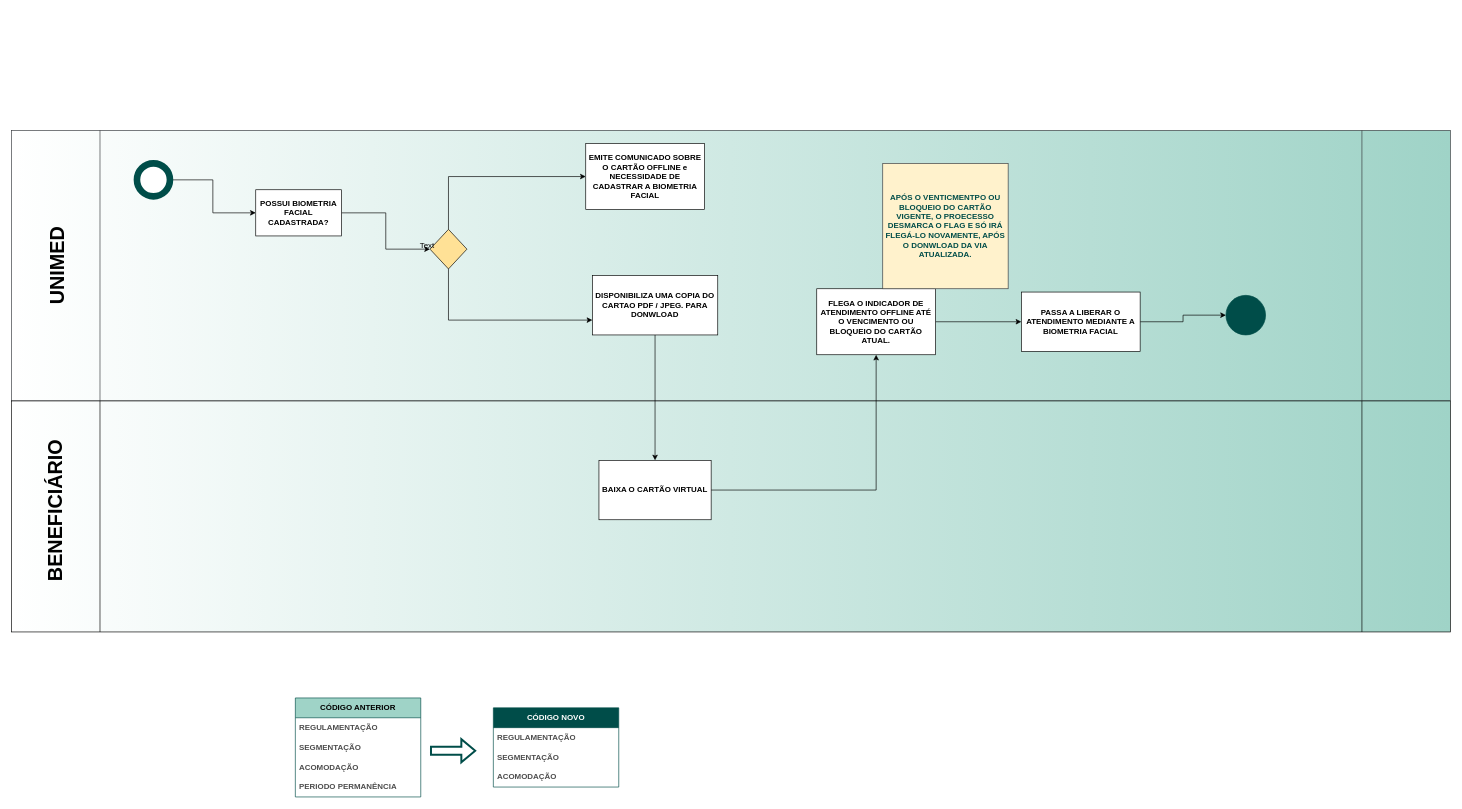
Before: CAR.drawio in Daniels-Silva/Daniels-Silva, a draw.io diagram. Source tidied: cells renumbered, new cells numbered last; positions are measured from the earlier drawing's top-left corner, leaving out a move shared by most shapes. Both pictures are drawn from the tidied source at 66%, with x=0, y=0 at pixel (-43, 130).
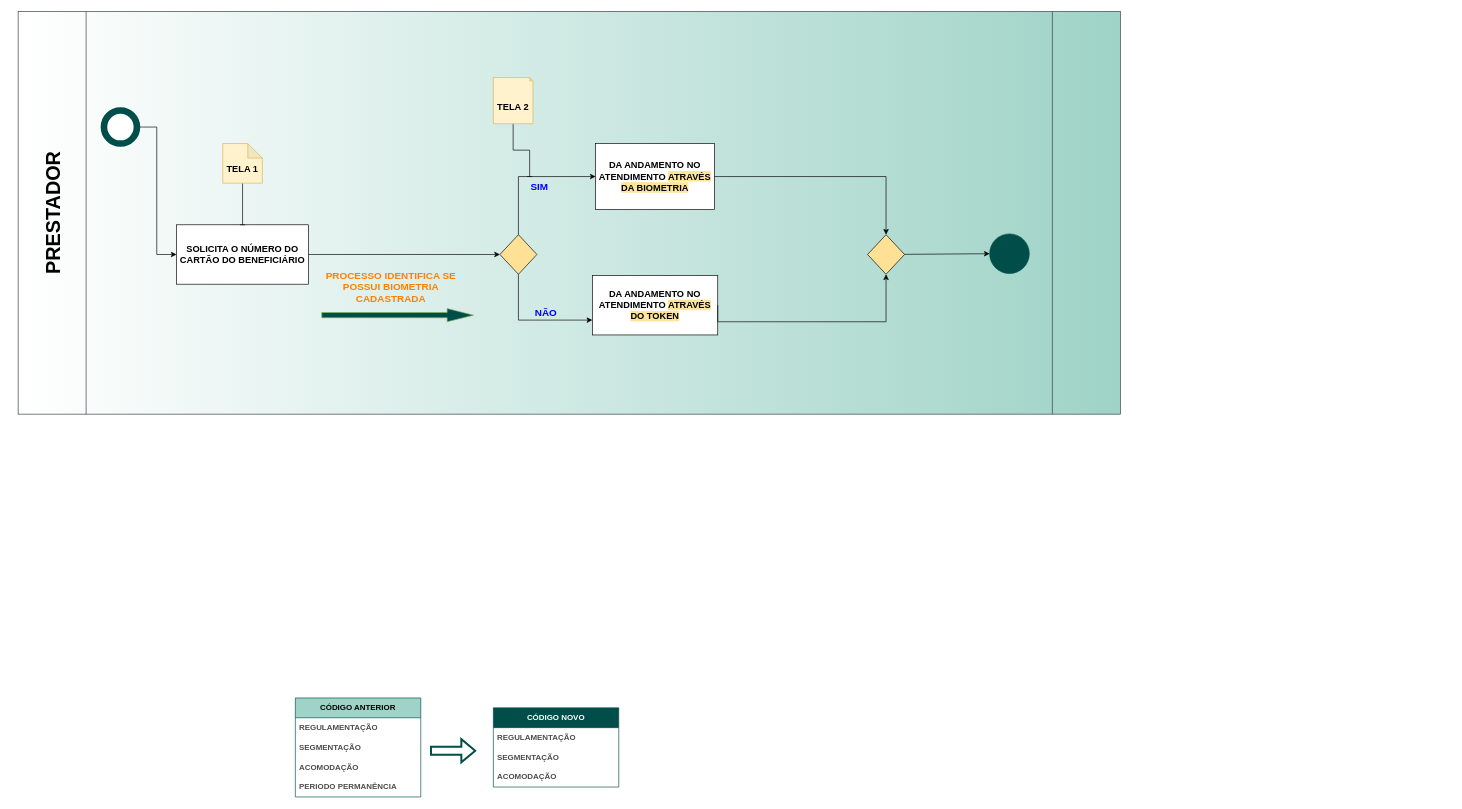
Above is the later version.

What changed in the source:
```diff
@@
     <mxCell id="12" style="shape=process;whiteSpace=wrap;html=1;backgroundOutline=1;size=0.06140350877192982;fillColor=#9FD3C7;strokeColor=#36393d;gradientColor=#FFFFFF;gradientDirection=west;" parent="1" vertex="1">
-      <mxGeometry x="82" width="2180" height="410" as="geometry" />
+      <mxGeometry x="92" y="-180" width="1670" height="610" as="geometry" />
     </mxCell>
-    <mxCell id="13" style="shape=process;whiteSpace=wrap;html=1;backgroundOutline=1;size=0.06140350877192982;fillColor=#9FD3C7;gradientColor=#FFFFFF;gradientDirection=west;" parent="1" vertex="1">
-      <mxGeometry x="82" y="410" width="2180" height="350" as="geometry" />
-    </mxCell>
-    <mxCell id="14" style="edgeStyle=orthogonalEdgeStyle;rounded=0;jettySize=auto;html=1;" parent="1" edge="1" source="15" target="17">
+    <mxCell id="14" style="edgeStyle=orthogonalEdgeStyle;rounded=0;jettySize=auto;html=1;entryX=0;entryY=0.5;entryDx=0;entryDy=0;" parent="1" edge="1" source="15" target="17">
       <mxGeometry relative="1" as="geometry" />
     </mxCell>
     <mxCell id="15" style="ellipse;whiteSpace=wrap;html=1;strokeColor=#004D49;strokeWidth=10;" parent="1" vertex="1">
-      <mxGeometry x="272" y="50" width="50" height="50" as="geometry" />
+      <mxGeometry x="222" y="-30" width="50" height="50" as="geometry" />
     </mxCell>
@@
-    <mxCell id="17" value="POSSUI BIOMETRIA FACIAL CADASTRADA?" style="whiteSpace=wrap;html=1;fontStyle=1;" parent="1" vertex="1">
-      <mxGeometry x="452" y="90" width="130" height="70" as="geometry" />
+    <mxCell id="17" value="&lt;font style=&quot;font-size: 14px;&quot;&gt;SOLICITA O NÚMERO DO CARTÃO DO BENEFICIÁRIO&lt;/font&gt;" style="whiteSpace=wrap;html=1;fontStyle=1;" parent="1" vertex="1">
+      <mxGeometry x="332" y="143.1" width="200" height="90" as="geometry" />
     </mxCell>
@@
     <mxCell id="20" style="rhombus;whiteSpace=wrap;html=1;fillColor=#FFE196;" parent="1" vertex="1">
-      <mxGeometry x="716" y="150" width="56" height="60" as="geometry" />
+      <mxGeometry x="822" y="158.1" width="56" height="60" as="geometry" />
     </mxCell>
-    <mxCell id="21" style="edgeStyle=orthogonalEdgeStyle;rounded=0;jettySize=auto;html=1;entryX=0.5;entryY=0;entryDx=0;entryDy=0;" parent="1" edge="1" source="22" target="25">
-      <mxGeometry relative="1" as="geometry" />
-    </mxCell>
-    <mxCell id="22" value="DISPONIBILIZA UMA COPIA DO CARTAO PDF / JPEG. PARA DONWLOAD" style="whiteSpace=wrap;html=1;fontStyle=1;" parent="1" vertex="1">
+    <mxCell id="22" value="&lt;font style=&quot;font-size: 14px;&quot;&gt;DA ANDAMENTO NO ATENDIMENTO &lt;span style=&quot;background-color: rgb(255, 229, 153);&quot;&gt;ATRAVÉS DO TOKEN&lt;/span&gt;&lt;/font&gt;" style="whiteSpace=wrap;html=1;fontStyle=1;" parent="1" vertex="1">
       <mxGeometry x="962" y="220" width="190" height="90" as="geometry" />
     </mxCell>
-    <mxCell id="23" value="EMITE COMUNICADO SOBRE O CARTÃO OFFLINE e NECESSIDADE DE CADASTRAR A BIOMETRIA FACIAL" style="whiteSpace=wrap;html=1;fontStyle=1;" parent="1" vertex="1">
-      <mxGeometry x="952" y="20" width="180" height="100" as="geometry" />
+    <mxCell id="23" value="&lt;font style=&quot;font-size: 14px;&quot;&gt;DA ANDAMENTO NO ATENDIMENTO &lt;span style=&quot;background-color: rgb(255, 229, 153);&quot;&gt;ATRAVÉS DA BIOMETRIA&lt;/span&gt;&lt;/font&gt;" style="whiteSpace=wrap;html=1;fontStyle=1;" parent="1" vertex="1">
+      <mxGeometry x="967" y="20" width="180" height="100" as="geometry" />
     </mxCell>
-    <mxCell id="24" style="edgeStyle=orthogonalEdgeStyle;rounded=0;jettySize=auto;html=1;" parent="1" edge="1" source="25" target="27">
-      <mxGeometry relative="1" as="geometry" />
-    </mxCell>
-    <mxCell id="25" value="BAIXA O CARTÃO VIRTUAL" style="rounded=0;whiteSpace=wrap;html=1;fontStyle=1;" parent="1" vertex="1">
-      <mxGeometry x="972" y="500" width="170" height="90" as="geometry" />
-    </mxCell>
-    <mxCell id="26" style="edgeStyle=orthogonalEdgeStyle;rounded=0;jettySize=auto;html=1;" parent="1" edge="1" source="27" target="29">
-      <mxGeometry relative="1" as="geometry" />
-    </mxCell>
-    <mxCell id="27" value="FLEGA O INDICADOR DE ATENDIMENTO OFFLINE ATÉ O VENCIMENTO OU BLOQUEIO DO CARTÃO ATUAL." style="whiteSpace=wrap;html=1;rounded=0;fontStyle=1;" parent="1" vertex="1">
-      <mxGeometry x="1302" y="240" width="180" height="100" as="geometry" />
-    </mxCell>
-    <mxCell id="28" style="edgeStyle=orthogonalEdgeStyle;rounded=0;jettySize=auto;html=1;" parent="1" edge="1" source="29" target="30">
-      <mxGeometry relative="1" as="geometry" />
-    </mxCell>
-    <mxCell id="29" value="PASSA A LIBERAR O ATENDIMENTO MEDIANTE A BIOMETRIA FACIAL" style="whiteSpace=wrap;html=1;rounded=0;fontStyle=1;" parent="1" vertex="1">
-      <mxGeometry x="1612" y="245" width="180" height="90" as="geometry" />
-    </mxCell>
     <mxCell id="30" style="ellipse;whiteSpace=wrap;html=1;rounded=0;strokeColor=#004D49;fillColor=#004D49;" parent="1" vertex="1">
-      <mxGeometry x="1922" y="250" width="60" height="60" as="geometry" />
+      <mxGeometry x="1564" y="156.9" width="60" height="60" as="geometry" />
     </mxCell>
-    <mxCell id="31" value="Text" style="text;html=1;align=center;verticalAlign=middle;whiteSpace=wrap;rounded=0;" parent="1" vertex="1">
-      <mxGeometry x="682" y="160" width="60" height="30" as="geometry" />
-    </mxCell>
-    <mxCell id="32" value="&lt;font style=&quot;font-size: 30px;&quot;&gt;&lt;b style=&quot;&quot;&gt;UNIMED&lt;/b&gt;&lt;/font&gt;" style="text;html=1;align=center;verticalAlign=middle;whiteSpace=wrap;rounded=0;rotation=-90;" parent="1" vertex="1">
-      <mxGeometry x="8.9" y="143.1" width="285" height="123.8" as="geometry" />
+    <mxCell id="32" value="&lt;font style=&quot;font-size: 30px;&quot;&gt;&lt;b style=&quot;&quot;&gt;PRESTADOR&lt;/b&gt;&lt;/font&gt;" style="text;html=1;align=center;verticalAlign=middle;whiteSpace=wrap;rounded=0;rotation=-90;" parent="1" vertex="1">
+      <mxGeometry x="2" y="63.1" width="285" height="123.8" as="geometry" />
     </mxCell>
-    <mxCell id="33" value="&lt;font style=&quot;font-size: 30px;&quot;&gt;&lt;b&gt;BENEFICIÁRIO&lt;/b&gt;&lt;/font&gt;" style="text;html=1;align=center;verticalAlign=middle;whiteSpace=wrap;rounded=0;rotation=-90;" parent="1" vertex="1">
-      <mxGeometry y="513.8" width="297.5" height="125" as="geometry" />
-    </mxCell>
-    <mxCell id="34" value="&lt;b&gt;&lt;font color=&quot;#004d49&quot;&gt;APÓS O VENTICMENTPO OU BLOQUEIO DO CARTÃO VIGENTE, O PROECESSO DESMARCA O FLAG E SÓ IRÁ FLEGÁ-LO NOVAMENTE, APÓS O DONWLOAD DA VIA ATUALIZADA.&lt;/font&gt;&lt;/b&gt;" style="whiteSpace=wrap;html=1;fillColor=#FFF2CC;strokeColor=#36393d;" parent="1" vertex="1">
-      <mxGeometry x="1402" y="50" width="190" height="190" as="geometry" />
-    </mxCell>
+    <mxCell id="35" value="&lt;b&gt;&lt;font color=&quot;#ff8000&quot; style=&quot;font-size: 15px;&quot;&gt;PROCESSO IDENTIFICA SE POSSUI BIOMETRIA CADASTRADA&lt;/font&gt;&lt;/b&gt;" style="text;html=1;align=center;verticalAlign=middle;whiteSpace=wrap;rounded=0;" parent="1" vertex="1">
+      <mxGeometry x="532" y="206.9" width="250" height="60" as="geometry" />
+    </mxCell>
+    <mxCell id="36" value="&lt;b&gt;&lt;font color=&quot;#0000ff&quot; style=&quot;font-size: 15px;&quot;&gt;SIM&lt;/font&gt;&lt;/b&gt;" style="text;html=1;align=center;verticalAlign=middle;whiteSpace=wrap;rounded=0;strokeWidth=2;" parent="1" vertex="1">
+      <mxGeometry x="852" y="70" width="60" height="30" as="geometry" />
+    </mxCell>
+    <mxCell id="37" value="&lt;font size=&quot;1&quot; color=&quot;#0000ff&quot; style=&quot;&quot;&gt;&lt;b style=&quot;font-size: 15px;&quot;&gt;NÃO&lt;/b&gt;&lt;/font&gt;" style="text;html=1;align=center;verticalAlign=middle;whiteSpace=wrap;rounded=0;" parent="1" vertex="1">
+      <mxGeometry x="862" y="261" width="60" height="30" as="geometry" />
+    </mxCell>
+    <mxCell id="38" style="rhombus;whiteSpace=wrap;html=1;fillColor=#FFE196;" parent="1" vertex="1">
+      <mxGeometry x="1379" y="158.1" width="56" height="60" as="geometry" />
+    </mxCell>
+    <mxCell id="39" style="endArrow=classic;html=1;rounded=0;edgeStyle=orthogonalEdgeStyle;exitX=1;exitY=0.5;exitDx=0;exitDy=0;entryX=0.5;entryY=0;entryDx=0;entryDy=0;" parent="1" edge="1" source="23" target="38">
+      <mxGeometry relative="1" as="geometry">
+        <Array as="points">
+          <mxPoint x="1407" y="70" />
+        </Array>
+      </mxGeometry>
+    </mxCell>
+    <mxCell id="40" style="endArrow=classic;html=1;rounded=0;edgeStyle=orthogonalEdgeStyle;exitX=1;exitY=0.5;exitDx=0;exitDy=0;entryX=0.5;entryY=1;entryDx=0;entryDy=0;" parent="1" edge="1" source="22" target="38">
+      <mxGeometry relative="1" as="geometry">
+        <Array as="points">
+          <mxPoint x="1152" y="290" />
+          <mxPoint x="1407" y="290" />
+        </Array>
+      </mxGeometry>
+    </mxCell>
+    <mxCell id="41" style="html=1;shadow=0;dashed=0;align=center;verticalAlign=middle;shape=mxgraph.arrows2.arrow;dy=0.6;dx=40;notch=0;fillColor=#004D49;strokeColor=#82b366;" parent="1" vertex="1">
+      <mxGeometry x="552" y="270" width="230" height="20" as="geometry" />
+    </mxCell>
+    <mxCell id="42" style="edgeStyle=orthogonalEdgeStyle;rounded=0;jettySize=auto;html=1;endArrow=baseDash;endFill=0;" parent="1" edge="1" source="43" target="17">
+      <mxGeometry relative="1" as="geometry" />
+    </mxCell>
+    <mxCell id="43" value="&lt;div&gt;&lt;font size=&quot;1&quot; style=&quot;&quot;&gt;&lt;b style=&quot;font-size: 14px;&quot;&gt;&lt;br&gt;&lt;/b&gt;&lt;/font&gt;&lt;/div&gt;&lt;font size=&quot;1&quot; style=&quot;&quot;&gt;&lt;b style=&quot;font-size: 14px;&quot;&gt;TELA 1&lt;/b&gt;&lt;/font&gt;" style="shape=note;whiteSpace=wrap;html=1;backgroundOutline=1;darkOpacity=0.05;fillColor=#fff2cc;strokeColor=#d6b656;size=22;" parent="1" vertex="1">
+      <mxGeometry x="402" y="20" width="60" height="60" as="geometry" />
+    </mxCell>
+    <mxCell id="44" style="edgeStyle=orthogonalEdgeStyle;rounded=0;jettySize=auto;html=1;entryX=0.25;entryY=0;entryDx=0;entryDy=0;endArrow=baseDash;endFill=0;" parent="1" edge="1" source="45" target="36">
+      <mxGeometry relative="1" as="geometry" />
+    </mxCell>
+    <mxCell id="45" value="&lt;div&gt;&lt;font size=&quot;1&quot; style=&quot;&quot;&gt;&lt;b style=&quot;font-size: 14px;&quot;&gt;&lt;br&gt;&lt;/b&gt;&lt;/font&gt;&lt;/div&gt;&lt;font size=&quot;1&quot; style=&quot;&quot;&gt;&lt;b style=&quot;font-size: 14px;&quot;&gt;TELA 2&lt;/b&gt;&lt;/font&gt;" style="shape=note;whiteSpace=wrap;html=1;backgroundOutline=1;darkOpacity=0.05;fillColor=#fff2cc;strokeColor=#d6b656;size=5;" parent="1" vertex="1">
+      <mxGeometry x="812" y="-80" width="60" height="70" as="geometry" />
+    </mxCell>
+    <mxCell id="46" style="endArrow=classic;html=1;rounded=0;entryX=0;entryY=0.5;entryDx=0;entryDy=0;" parent="1" edge="1" source="38" target="30">
+      <mxGeometry relative="1" as="geometry" />
+    </mxCell>
```
